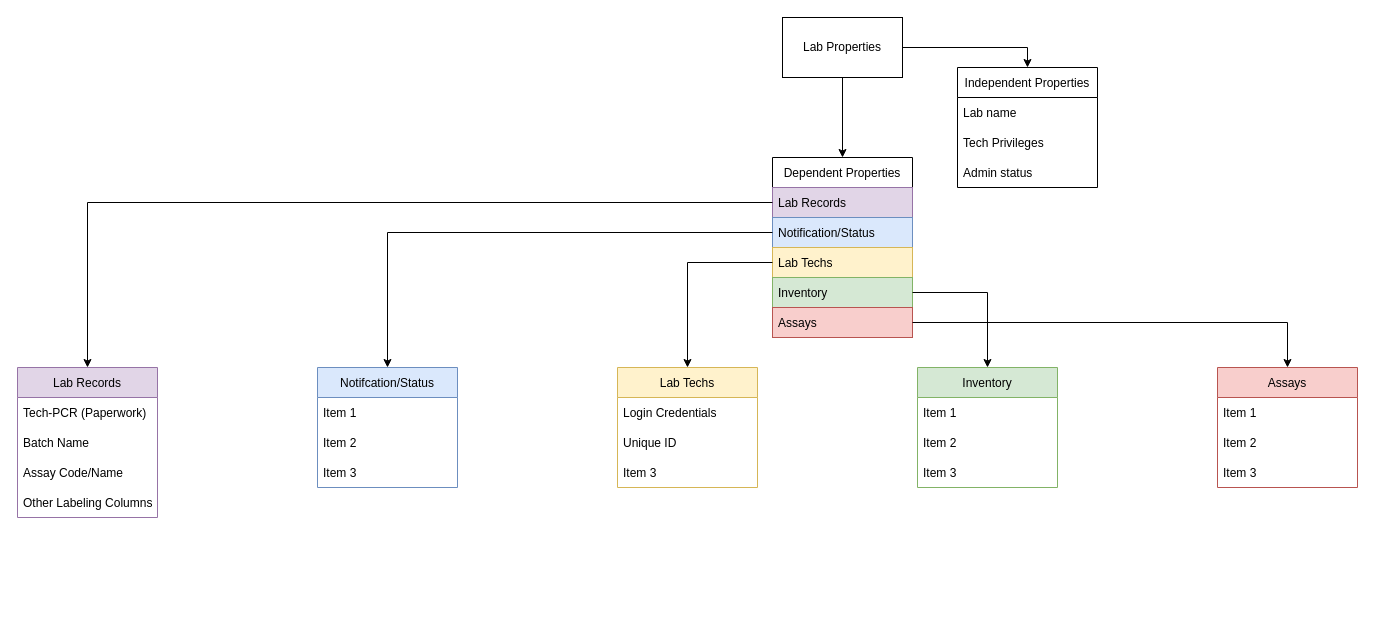
Earlier version of the draw.io diagram page "Properties" (3 of 3) of Untitled Diagram.drawio (FusRaDa/pcr-paperwork-website-draw). Source tidied: cells renumbered, new cells numbered last; positions are measured from the earlier drawing's top-left corner, leaving out a move shared by most shapes. Both pictures are drawn from the tidied source at 100%, with x=0, y=0 at pixel (17, 17).
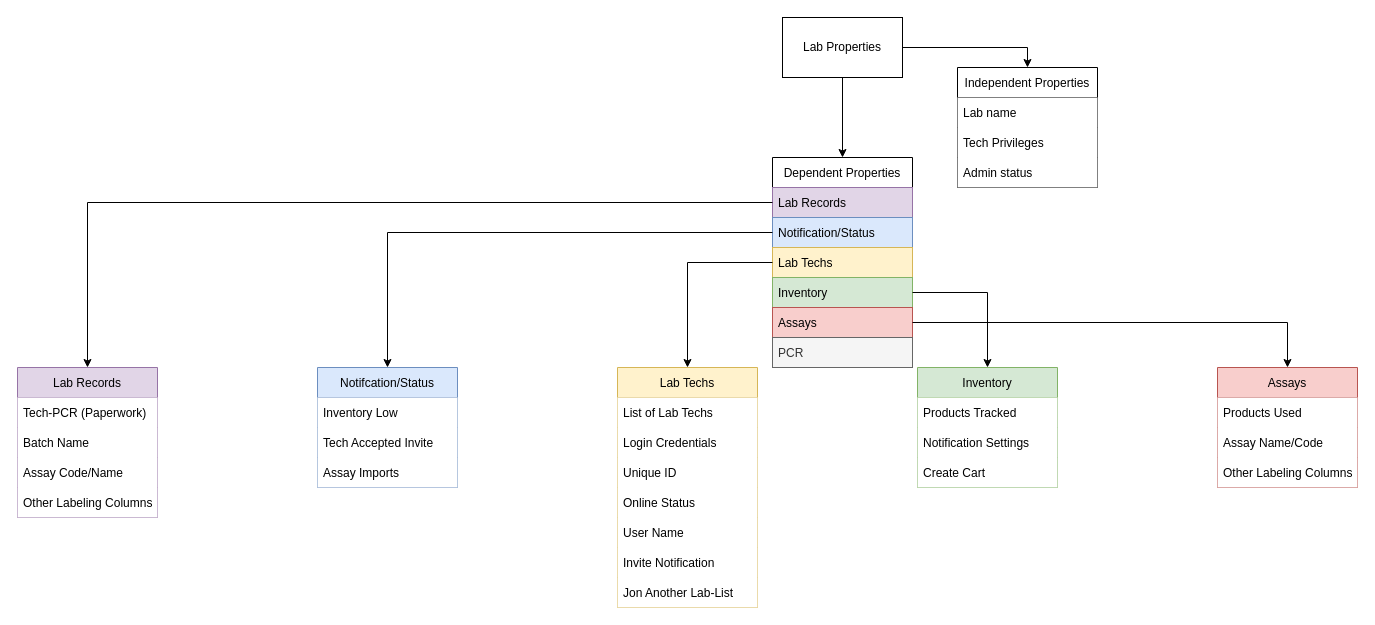
Above is the later version.

The change refers to these unchanged cells:
```xml
<mxCell id="5" value="Independent Properties" style="swimlane;fontStyle=0;horizontal=1;startSize=30;" parent="1" vertex="1">
  <mxGeometry x="940" y="50" width="140" height="120" as="geometry" />
</mxCell>
<mxCell id="15" value="Lab Records" style="swimlane;fontStyle=0;horizontal=1;startSize=30;fillColor=#e1d5e7;strokeColor=#9673a6;" parent="1" vertex="1">
  <mxGeometry y="350" width="140" height="150" as="geometry" />
</mxCell>
<mxCell id="21" value="Assays" style="swimlane;fontStyle=0;horizontal=1;startSize=30;fillColor=#f8cecc;strokeColor=#b85450;" parent="1" vertex="1">
  <mxGeometry x="1200" y="350" width="140" height="120" as="geometry" />
</mxCell>
<mxCell id="29" value="Inventory" style="swimlane;fontStyle=0;horizontal=1;startSize=30;fillColor=#d5e8d4;strokeColor=#82b366;" parent="1" vertex="1">
  <mxGeometry x="900" y="350" width="140" height="120" as="geometry" />
</mxCell>
<mxCell id="36" value="Notifcation/Status" style="swimlane;fontStyle=0;horizontal=1;startSize=30;fillColor=#dae8fc;strokeColor=#6c8ebf;" parent="1" vertex="1">
  <mxGeometry x="300" y="350" width="140" height="120" as="geometry" />
</mxCell>
```

What changed in the source:
```diff
@@
-    <mxCell id="6" value="Lab name" style="text;strokeColor=none;fillColor=none;align=left;verticalAlign=middle;spacingLeft=4;spacingRight=4;overflow=hidden;" parent="5" vertex="1">
+    <mxCell id="6" value="Lab name" style="text;strokeColor=none;fillColor=default;align=left;verticalAlign=middle;spacingLeft=4;spacingRight=4;overflow=hidden;" parent="5" vertex="1">
       <mxGeometry y="30" width="140" height="30" as="geometry" />
     </mxCell>
-    <mxCell id="7" value="Tech Privileges " style="text;strokeColor=none;fillColor=none;align=left;verticalAlign=middle;spacingLeft=4;spacingRight=4;overflow=hidden;" parent="5" vertex="1">
+    <mxCell id="7" value="Tech Privileges " style="text;strokeColor=none;fillColor=default;align=left;verticalAlign=middle;spacingLeft=4;spacingRight=4;overflow=hidden;" parent="5" vertex="1">
       <mxGeometry y="60" width="140" height="30" as="geometry" />
     </mxCell>
-    <mxCell id="8" value="Admin status" style="text;strokeColor=none;fillColor=none;align=left;verticalAlign=middle;spacingLeft=4;spacingRight=4;overflow=hidden;" parent="5" vertex="1">
+    <mxCell id="8" value="Admin status" style="text;strokeColor=none;fillColor=default;align=left;verticalAlign=middle;spacingLeft=4;spacingRight=4;overflow=hidden;" parent="5" vertex="1">
       <mxGeometry y="90" width="140" height="30" as="geometry" />
     </mxCell>
     <mxCell id="9" value="Dependent Properties" style="swimlane;fontStyle=0;horizontal=1;startSize=30;" parent="1" vertex="1">
-      <mxGeometry x="755" y="140" width="140" height="180" as="geometry" />
+      <mxGeometry x="755" y="140" width="140" height="210" as="geometry" />
     </mxCell>
@@
+    <mxCell id="41" value="PCR" style="text;strokeColor=#666666;fillColor=#f5f5f5;align=left;verticalAlign=middle;spacingLeft=4;spacingRight=4;overflow=hidden;fontColor=#333333;" parent="9" vertex="1">
+      <mxGeometry y="180" width="140" height="30" as="geometry" />
+    </mxCell>
@@
-    <mxCell id="16" value="Tech-PCR (Paperwork)" style="text;strokeColor=none;fillColor=none;align=left;verticalAlign=middle;spacingLeft=4;spacingRight=4;overflow=hidden;" parent="15" vertex="1">
+    <mxCell id="16" value="Tech-PCR (Paperwork)" style="text;align=left;verticalAlign=middle;spacingLeft=4;spacingRight=4;overflow=hidden;fillColor=default;" parent="15" vertex="1">
       <mxGeometry y="30" width="140" height="30" as="geometry" />
     </mxCell>
-    <mxCell id="17" value="Batch Name " style="text;strokeColor=none;fillColor=none;align=left;verticalAlign=middle;spacingLeft=4;spacingRight=4;overflow=hidden;" parent="15" vertex="1">
+    <mxCell id="17" value="Batch Name " style="text;align=left;verticalAlign=middle;spacingLeft=4;spacingRight=4;overflow=hidden;fillColor=default;" parent="15" vertex="1">
       <mxGeometry y="60" width="140" height="30" as="geometry" />
     </mxCell>
-    <mxCell id="18" value="Assay Code/Name" style="text;strokeColor=none;fillColor=none;align=left;verticalAlign=middle;spacingLeft=4;spacingRight=4;overflow=hidden;" parent="15" vertex="1">
+    <mxCell id="18" value="Assay Code/Name" style="text;align=left;verticalAlign=middle;spacingLeft=4;spacingRight=4;overflow=hidden;fillColor=default;" parent="15" vertex="1">
       <mxGeometry y="90" width="140" height="30" as="geometry" />
     </mxCell>
-    <mxCell id="19" value="Other Labeling Columns" style="text;strokeColor=none;fillColor=none;align=left;verticalAlign=middle;spacingLeft=4;spacingRight=4;overflow=hidden;" parent="15" vertex="1">
+    <mxCell id="19" value="Other Labeling Columns" style="text;align=left;verticalAlign=middle;spacingLeft=4;spacingRight=4;overflow=hidden;fillColor=default;" parent="15" vertex="1">
       <mxGeometry y="120" width="140" height="30" as="geometry" />
     </mxCell>
@@
-    <mxCell id="22" value="Item 1" style="text;strokeColor=none;fillColor=none;align=left;verticalAlign=middle;spacingLeft=4;spacingRight=4;overflow=hidden;" parent="21" vertex="1">
+    <mxCell id="22" value="Products Used" style="text;strokeColor=none;fillColor=default;align=left;verticalAlign=middle;spacingLeft=4;spacingRight=4;overflow=hidden;" parent="21" vertex="1">
       <mxGeometry y="30" width="140" height="30" as="geometry" />
     </mxCell>
-    <mxCell id="23" value="Item 2" style="text;strokeColor=none;fillColor=none;align=left;verticalAlign=middle;spacingLeft=4;spacingRight=4;overflow=hidden;" parent="21" vertex="1">
+    <mxCell id="23" value="Assay Name/Code" style="text;strokeColor=none;fillColor=default;align=left;verticalAlign=middle;spacingLeft=4;spacingRight=4;overflow=hidden;" parent="21" vertex="1">
       <mxGeometry y="60" width="140" height="30" as="geometry" />
     </mxCell>
-    <mxCell id="24" value="Item 3" style="text;strokeColor=none;fillColor=none;align=left;verticalAlign=middle;spacingLeft=4;spacingRight=4;overflow=hidden;" parent="21" vertex="1">
+    <mxCell id="24" value="Other Labeling Columns" style="text;strokeColor=none;fillColor=default;align=left;verticalAlign=middle;spacingLeft=4;spacingRight=4;overflow=hidden;" parent="21" vertex="1">
       <mxGeometry y="90" width="140" height="30" as="geometry" />
     </mxCell>
     <mxCell id="25" value="Lab Techs" style="swimlane;fontStyle=0;horizontal=1;startSize=30;fillColor=#fff2cc;strokeColor=#d6b656;" parent="1" vertex="1">
-      <mxGeometry x="600" y="350" width="140" height="120" as="geometry" />
+      <mxGeometry x="600" y="350" width="140" height="240" as="geometry" />
     </mxCell>
+    <mxCell id="42" value="List of Lab Techs" style="text;strokeColor=none;fillColor=default;align=left;verticalAlign=middle;spacingLeft=4;spacingRight=4;overflow=hidden;" parent="25" vertex="1">
+      <mxGeometry y="30" width="140" height="30" as="geometry" />
+    </mxCell>
-    <mxCell id="26" value="Login Credentials" style="text;strokeColor=none;fillColor=none;align=left;verticalAlign=middle;spacingLeft=4;spacingRight=4;overflow=hidden;" parent="25" vertex="1">
-      <mxGeometry y="30" width="140" height="30" as="geometry" />
+    <mxCell id="26" value="Login Credentials" style="text;strokeColor=none;fillColor=default;align=left;verticalAlign=middle;spacingLeft=4;spacingRight=4;overflow=hidden;" parent="25" vertex="1">
+      <mxGeometry y="60" width="140" height="30" as="geometry" />
     </mxCell>
-    <mxCell id="27" value="Unique ID" style="text;strokeColor=none;fillColor=none;align=left;verticalAlign=middle;spacingLeft=4;spacingRight=4;overflow=hidden;" parent="25" vertex="1">
-      <mxGeometry y="60" width="140" height="30" as="geometry" />
+    <mxCell id="27" value="Unique ID" style="text;strokeColor=none;fillColor=default;align=left;verticalAlign=middle;spacingLeft=4;spacingRight=4;overflow=hidden;" parent="25" vertex="1">
+      <mxGeometry y="90" width="140" height="30" as="geometry" />
     </mxCell>
+    <mxCell id="43" value="Online Status" style="text;strokeColor=none;fillColor=default;align=left;verticalAlign=middle;spacingLeft=4;spacingRight=4;overflow=hidden;" parent="25" vertex="1">
+      <mxGeometry y="120" width="140" height="30" as="geometry" />
+    </mxCell>
-    <mxCell id="28" value="Item 3" style="text;strokeColor=none;fillColor=none;align=left;verticalAlign=middle;spacingLeft=4;spacingRight=4;overflow=hidden;" parent="25" vertex="1">
-      <mxGeometry y="90" width="140" height="30" as="geometry" />
+    <mxCell id="28" value="User Name" style="text;strokeColor=none;fillColor=default;align=left;verticalAlign=middle;spacingLeft=4;spacingRight=4;overflow=hidden;" parent="25" vertex="1">
+      <mxGeometry y="150" width="140" height="30" as="geometry" />
     </mxCell>
+    <mxCell id="44" value="Invite Notification" style="text;strokeColor=none;fillColor=default;align=left;verticalAlign=middle;spacingLeft=4;spacingRight=4;overflow=hidden;" parent="25" vertex="1">
+      <mxGeometry y="180" width="140" height="30" as="geometry" />
+    </mxCell>
+    <mxCell id="45" value="Jon Another Lab-List" style="text;strokeColor=none;fillColor=default;align=left;verticalAlign=middle;spacingLeft=4;spacingRight=4;overflow=hidden;" parent="25" vertex="1">
+      <mxGeometry y="210" width="140" height="30" as="geometry" />
+    </mxCell>
@@
-    <mxCell id="30" value="Item 1" style="text;strokeColor=none;fillColor=none;align=left;verticalAlign=middle;spacingLeft=4;spacingRight=4;overflow=hidden;" parent="29" vertex="1">
+    <mxCell id="30" value="Products Tracked" style="text;strokeColor=none;fillColor=default;align=left;verticalAlign=middle;spacingLeft=4;spacingRight=4;overflow=hidden;" parent="29" vertex="1">
       <mxGeometry y="30" width="140" height="30" as="geometry" />
     </mxCell>
-    <mxCell id="31" value="Item 2" style="text;strokeColor=none;fillColor=none;align=left;verticalAlign=middle;spacingLeft=4;spacingRight=4;overflow=hidden;" parent="29" vertex="1">
+    <mxCell id="31" value="Notification Settings" style="text;strokeColor=none;fillColor=default;align=left;verticalAlign=middle;spacingLeft=4;spacingRight=4;overflow=hidden;" parent="29" vertex="1">
       <mxGeometry y="60" width="140" height="30" as="geometry" />
     </mxCell>
-    <mxCell id="32" value="Item 3" style="text;strokeColor=none;fillColor=none;align=left;verticalAlign=middle;spacingLeft=4;spacingRight=4;overflow=hidden;" parent="29" vertex="1">
+    <mxCell id="32" value="Create Cart " style="text;strokeColor=none;fillColor=default;align=left;verticalAlign=middle;spacingLeft=4;spacingRight=4;overflow=hidden;" parent="29" vertex="1">
       <mxGeometry y="90" width="140" height="30" as="geometry" />
     </mxCell>
@@
-    <mxCell id="37" value="Item 1" style="text;strokeColor=none;fillColor=none;align=left;verticalAlign=middle;spacingLeft=4;spacingRight=4;overflow=hidden;" parent="36" vertex="1">
+    <mxCell id="37" value="Inventory Low" style="text;strokeColor=none;fillColor=default;align=left;verticalAlign=middle;spacingLeft=4;spacingRight=4;overflow=hidden;" parent="36" vertex="1">
       <mxGeometry y="30" width="140" height="30" as="geometry" />
     </mxCell>
-    <mxCell id="38" value="Item 2" style="text;strokeColor=none;fillColor=none;align=left;verticalAlign=middle;spacingLeft=4;spacingRight=4;overflow=hidden;" parent="36" vertex="1">
+    <mxCell id="38" value="Tech Accepted Invite" style="text;strokeColor=none;fillColor=default;align=left;verticalAlign=middle;spacingLeft=4;spacingRight=4;overflow=hidden;" parent="36" vertex="1">
       <mxGeometry y="60" width="140" height="30" as="geometry" />
     </mxCell>
-    <mxCell id="39" value="Item 3" style="text;strokeColor=none;fillColor=none;align=left;verticalAlign=middle;spacingLeft=4;spacingRight=4;overflow=hidden;" parent="36" vertex="1">
+    <mxCell id="39" value="Assay Imports" style="text;strokeColor=none;fillColor=default;align=left;verticalAlign=middle;spacingLeft=4;spacingRight=4;overflow=hidden;" parent="36" vertex="1">
       <mxGeometry y="90" width="140" height="30" as="geometry" />
     </mxCell>
```
